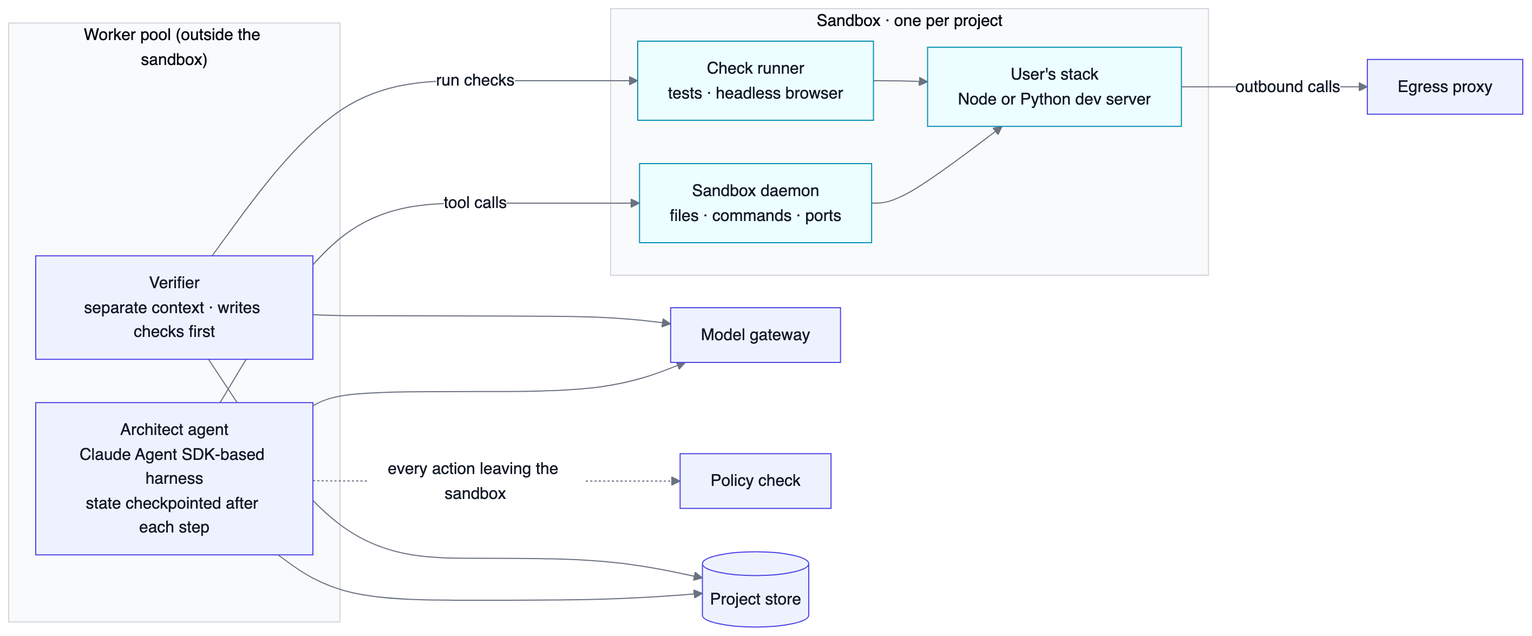
The Mermaid diagram docs/product/diagrams/A3-run-loop.png in netanyaj/architect-2, before a commit. Its source is kept beside it as docs/product/diagrams/src/A3-run-loop.mmd.
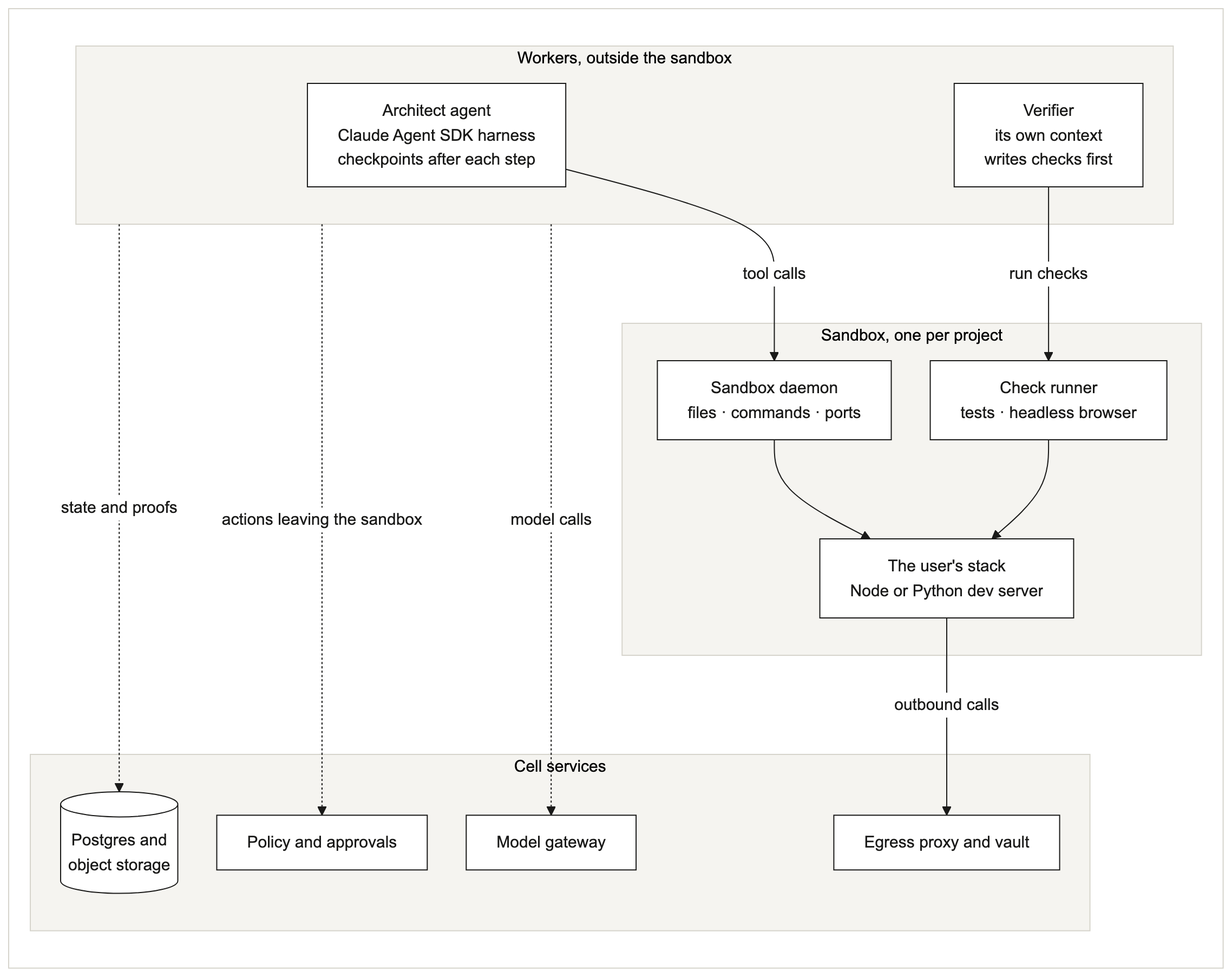
Above is the later version.

Diff of the diagram source:
```diff
@@ -1,27 +1,32 @@
-flowchart LR
-  subgraph W["Worker pool (outside the sandbox)"]
-    AA["Architect agent<br/>Claude Agent SDK-based harness<br/>state checkpointed after each step"]
-    VF["Verifier<br/>separate context · writes checks first"]
+%%{init: {"theme":"base","themeVariables":{"fontFamily":"Arial","fontSize":"15px","primaryColor":"#FFFFFF","primaryBorderColor":"#1A1A19","primaryTextColor":"#1A1A19","lineColor":"#1A1A19","secondaryColor":"#FFFFFF","tertiaryColor":"#FFFFFF","clusterBkg":"#F5F4F0","clusterBorder":"#D6D4CC","edgeLabelBackground":"#FFFFFF","actorBkg":"#FFFFFF","actorBorder":"#1A1A19","actorTextColor":"#1A1A19","actorLineColor":"#A8A69F","signalColor":"#1A1A19","signalTextColor":"#1A1A19","noteBkgColor":"#F5F4F0","noteBorderColor":"#D6D4CC","noteTextColor":"#42413D","labelBoxBkgColor":"#FFFFFF","labelBoxBorderColor":"#1A1A19","labelTextColor":"#1A1A19","loopTextColor":"#1A1A19","activationBkgColor":"#F5F4F0","activationBorderColor":"#1A1A19","sequenceNumberColor":"#FFFFFF"},"flowchart":{"curve":"basis","padding":14,"nodeSpacing":36,"rankSpacing":44}}}%%
+flowchart TB
+  subgraph CARD[" "]
+    direction TB
+    subgraph W["Workers, outside the sandbox"]
+      direction LR
+      AA["Architect agent<br/>Claude Agent SDK harness<br/>checkpoints after each step"]
+      VF["Verifier<br/>its own context<br/>writes checks first"]
+    end
+    subgraph S["Sandbox, one per project"]
+      direction LR
+      D["Sandbox daemon<br/>files · commands · ports"]
+      T["Check runner<br/>tests · headless browser"]
+      APP["The user's stack<br/>Node or Python dev server"]
+    end
+    AA -- "tool calls" --> D
+    VF -- "run checks" --> T
+    D --> APP
+    T --> APP
+    subgraph C["Cell services"]
+      direction LR
+      MG["Model gateway"]
+      PA["Policy and approvals"]
+      ST[("Postgres and<br/>object storage")]
+      EG["Egress proxy and vault"]
+    end
+    APP -- "outbound calls" --> EG
+    W -. "model calls" .-> MG
+    W -. "actions leaving the sandbox" .-> PA
+    W -. "state and proofs" .-> ST
   end
-  subgraph S["Sandbox · one per project"]
-    D["Sandbox daemon<br/>files · commands · ports"]
-    APP["User's stack<br/>Node or Python dev server"]
-    T["Check runner<br/>tests · headless browser"]
-  end
-  MG["Model gateway"]
-  PL["Policy check"]
-  PSX[("Project store")]
-  EG["Egress proxy"]
-  AA -- tool calls --> D
-  VF -- run checks --> T
-  D --> APP
-  AA --> MG
-  VF --> MG
-  AA -. every action leaving the sandbox .-> PL
-  AA --> PSX
-  VF --> PSX
-  APP -- outbound calls --> EG
-  T --> APP
-  classDef w fill:#EEF2FF,stroke:#4F46E5;
-  classDef s fill:#ECFEFF,stroke:#0891B2;
-  class AA,VF w; class D,APP,T s;
+  style CARD fill:#FFFFFF,stroke:#D6D4CC
```
